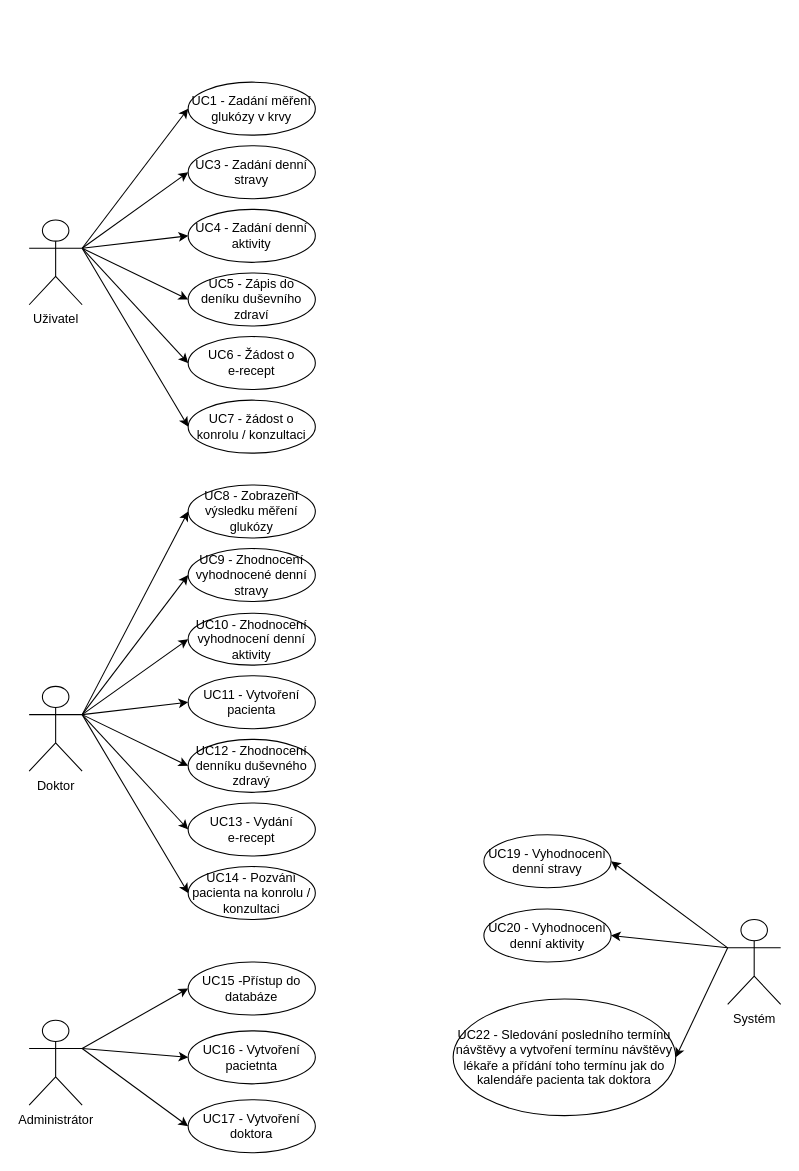
This is Use_case_diagram/diabetes_app.drawio from IronKnee22/software_inz, a draw.io file, before an edit. Source tidied: cells renumbered, new cells numbered last; positions are measured from the earlier drawing's top-left corner, leaving out a move shared by most shapes. Both pictures are drawn from the tidied source at 106%, with x=0, y=0 at pixel (29, 82).
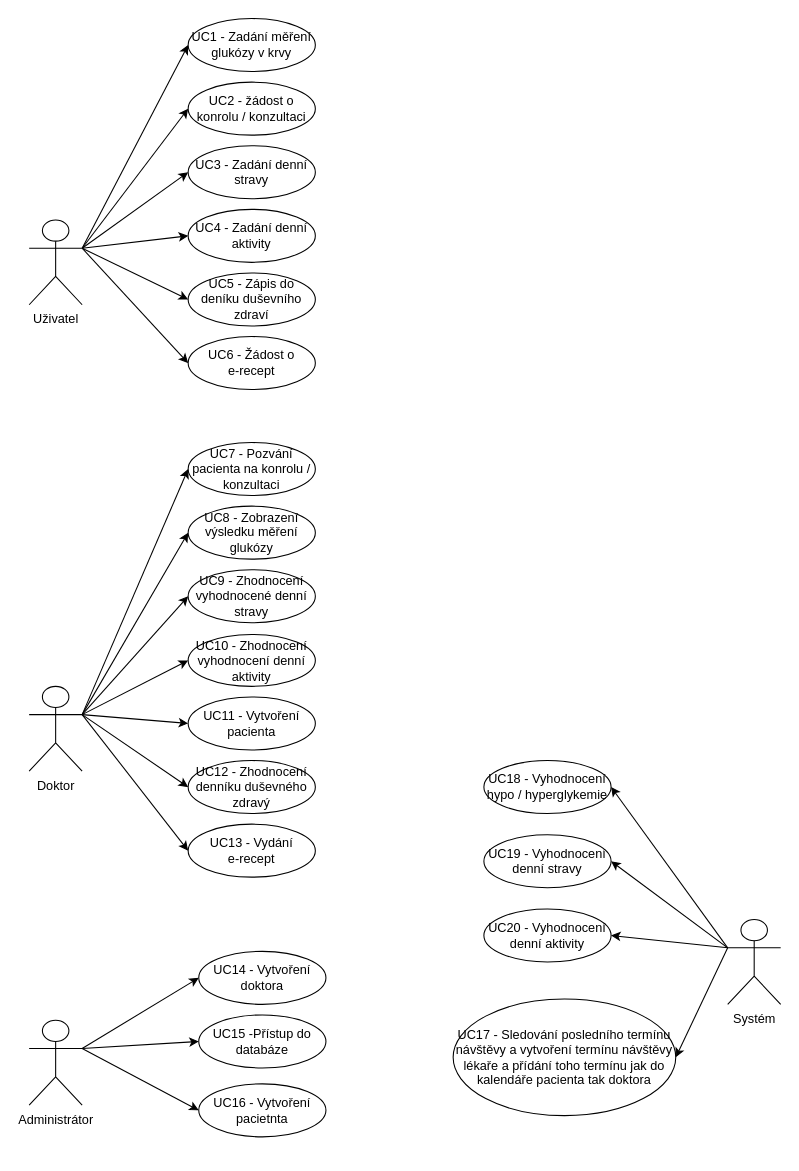
Above is the later version.

Unchanged cells that the change refers to:
```xml
<mxCell id="38" value="Systém" style="shape=umlActor;verticalLabelPosition=bottom;verticalAlign=top;html=1;outlineConnect=0;strokeColor=#000000;" parent="1" vertex="1">
  <mxGeometry x="659" y="790" width="50" height="80" as="geometry" />
</mxCell>
```

What changed in the source:
```diff
@@
     <mxCell id="6" value="UC15 -Přístup do databáze" style="ellipse;whiteSpace=wrap;html=1;strokeColor=#000000;" parent="1" vertex="1">
-      <mxGeometry x="150" y="830" width="120" height="50" as="geometry" />
+      <mxGeometry x="160" y="880" width="120" height="50" as="geometry" />
     </mxCell>
     <mxCell id="7" value="UC16 - Vytvoření pacietnta" style="ellipse;whiteSpace=wrap;html=1;strokeColor=#000000;" parent="1" vertex="1">
-      <mxGeometry x="150" y="895" width="120" height="50" as="geometry" />
+      <mxGeometry x="160" y="945" width="120" height="50" as="geometry" />
     </mxCell>
-    <mxCell id="8" value="UC17 - Vytvoření doktora" style="ellipse;whiteSpace=wrap;html=1;strokeColor=#000000;" parent="1" vertex="1">
-      <mxGeometry x="150" y="960" width="120" height="50" as="geometry" />
+    <mxCell id="8" value="UC14 - Vytvoření doktora" style="ellipse;whiteSpace=wrap;html=1;strokeColor=#000000;" parent="1" vertex="1">
+      <mxGeometry x="160" y="820" width="120" height="50" as="geometry" />
     </mxCell>
@@
     <mxCell id="14" value="UC8 - Zobrazení výsledku měření glukózy" style="ellipse;whiteSpace=wrap;html=1;strokeColor=#000000;" parent="1" vertex="1">
-      <mxGeometry x="150" y="380" width="120" height="50" as="geometry" />
+      <mxGeometry x="150" y="400" width="120" height="50" as="geometry" />
     </mxCell>
     <mxCell id="15" value="UC9 - Zhodnocení vyhodnocené denní stravy" style="ellipse;whiteSpace=wrap;html=1;strokeColor=#000000;" parent="1" vertex="1">
-      <mxGeometry x="150" y="440" width="120" height="50" as="geometry" />
+      <mxGeometry x="150" y="460" width="120" height="50" as="geometry" />
     </mxCell>
     <mxCell id="16" value="UC10 - Zhodnocení vyhodnocení denní aktivity" style="ellipse;whiteSpace=wrap;html=1;strokeColor=#000000;" parent="1" vertex="1">
-      <mxGeometry x="150" y="501" width="120" height="49" as="geometry" />
+      <mxGeometry x="150" y="521" width="120" height="49" as="geometry" />
     </mxCell>
     <mxCell id="17" value="UC11 - Vytvoření pacienta" style="ellipse;whiteSpace=wrap;html=1;strokeColor=#000000;" parent="1" vertex="1">
-      <mxGeometry x="150" y="560" width="120" height="50" as="geometry" />
+      <mxGeometry x="150" y="580" width="120" height="50" as="geometry" />
     </mxCell>
     <mxCell id="18" value="UC12 - Zhodnocení denníku duševného zdravý" style="ellipse;whiteSpace=wrap;html=1;strokeColor=#000000;" parent="1" vertex="1">
-      <mxGeometry x="150" y="620" width="120" height="50" as="geometry" />
+      <mxGeometry x="150" y="640" width="120" height="50" as="geometry" />
     </mxCell>
     <mxCell id="19" value="UC13 - Vydání&lt;br&gt;e-recept" style="ellipse;whiteSpace=wrap;html=1;strokeColor=#000000;" parent="1" vertex="1">
-      <mxGeometry x="150" y="680" width="120" height="50" as="geometry" />
+      <mxGeometry x="150" y="700" width="120" height="50" as="geometry" />
     </mxCell>
-    <mxCell id="20" value="UC14 - Pozvání pacienta na konrolu / konzultaci" style="ellipse;whiteSpace=wrap;html=1;strokeColor=#000000;" parent="1" vertex="1">
-      <mxGeometry x="150" y="740" width="120" height="50" as="geometry" />
+    <mxCell id="20" value="UC7 - Pozvání pacienta na konrolu / konzultaci" style="ellipse;whiteSpace=wrap;html=1;strokeColor=#000000;" parent="1" vertex="1">
+      <mxGeometry x="150" y="340" width="120" height="50" as="geometry" />
     </mxCell>
@@
     <mxCell id="28" value="UC1 - Zadání měření glukózy v krvy" style="ellipse;whiteSpace=wrap;html=1;strokeColor=#000000;" parent="1" vertex="1">
-      <mxGeometry x="150" width="120" height="50" as="geometry" />
+      <mxGeometry x="150" y="-60" width="120" height="50" as="geometry" />
     </mxCell>
@@
-    <mxCell id="33" value="UC7 - žádost o konrolu / konzultaci" style="ellipse;whiteSpace=wrap;html=1;strokeColor=#000000;" parent="1" vertex="1">
-      <mxGeometry x="150" y="300" width="120" height="50" as="geometry" />
+    <mxCell id="33" value="UC2 - žádost o konrolu / konzultaci" style="ellipse;whiteSpace=wrap;html=1;strokeColor=#000000;" parent="1" vertex="1">
+      <mxGeometry x="150" width="120" height="50" as="geometry" />
     </mxCell>
@@
-    <mxCell id="41" value="UC22 - Sledování posledního termínu návštěvy a vytvoření termínu návštěvy lékaře a přídání toho termínu jak do kalendáře pacienta tak doktora" style="ellipse;whiteSpace=wrap;html=1;strokeColor=#000000;" parent="1" vertex="1">
+    <mxCell id="41" value="UC17 - Sledování posledního termínu návštěvy a vytvoření termínu návštěvy lékaře a přídání toho termínu jak do kalendáře pacienta tak doktora" style="ellipse;whiteSpace=wrap;html=1;strokeColor=#000000;" parent="1" vertex="1">
       <mxGeometry x="400" y="865" width="210" height="110" as="geometry" />
     </mxCell>
@@
+    <mxCell id="44" value="UC18 - Vyhodnocení hypo / hyperglykemie" style="ellipse;whiteSpace=wrap;html=1;strokeColor=#000000;" parent="1" vertex="1">
+      <mxGeometry x="429" y="640" width="120" height="50" as="geometry" />
+    </mxCell>
+    <mxCell id="45" style="edgeStyle=none;html=1;entryX=1;entryY=0.5;entryDx=0;entryDy=0;strokeColor=#000000;exitX=0;exitY=0.3333333333333333;exitDx=0;exitDy=0;exitPerimeter=0;" parent="1" edge="1" source="38" target="44">
+      <mxGeometry relative="1" as="geometry" />
+    </mxCell>
```
